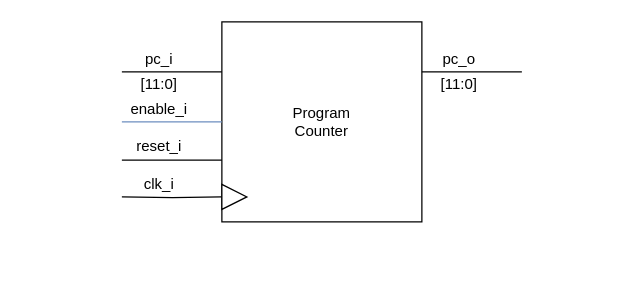
Above: Blockbeschreibungen/ProgramCounter_beschreibung.drawio in graefjk/RO2 (draw.io), before the change. Source tidied: cells renumbered, new cells numbered last; positions are measured from the earlier drawing's top-left corner, leaving out a move shared by most shapes. Both pictures are drawn from the tidied source at 125%, with x=0, y=0 at pixel (121, 21).
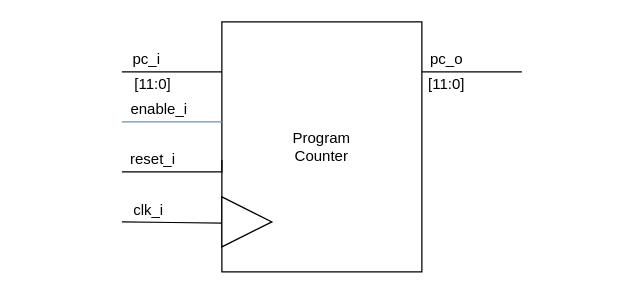
The same page after the edit.

The edit, as a diff of the source:
```diff
@@
     <mxCell id="2" value="Program&lt;br&gt;Counter" style="rounded=0;whiteSpace=wrap;html=1;" parent="1" vertex="1">
-      <mxGeometry x="80" width="160" height="160" as="geometry" />
+      <mxGeometry x="80" width="160" height="200" as="geometry" />
     </mxCell>
@@
     <mxCell id="4" value="pc_i" style="text;html=1;strokeColor=none;fillColor=none;align=center;verticalAlign=middle;whiteSpace=wrap;rounded=0;" parent="1" vertex="1">
-      <mxGeometry y="20" width="60" height="20" as="geometry" />
+      <mxGeometry y="20" width="40" height="20" as="geometry" />
     </mxCell>
     <mxCell id="5" value="[11:0]" style="text;html=1;strokeColor=none;fillColor=none;align=center;verticalAlign=middle;whiteSpace=wrap;rounded=0;" parent="1" vertex="1">
-      <mxGeometry y="40" width="60" height="20" as="geometry" />
+      <mxGeometry y="40" width="50" height="20" as="geometry" />
     </mxCell>
@@
     <mxCell id="7" value="pc_o" style="text;html=1;strokeColor=none;fillColor=none;align=center;verticalAlign=middle;whiteSpace=wrap;rounded=0;" parent="1" vertex="1">
-      <mxGeometry x="240" y="20" width="60" height="20" as="geometry" />
+      <mxGeometry x="240" y="20" width="40" height="20" as="geometry" />
     </mxCell>
     <mxCell id="8" value="[11:0]" style="text;html=1;strokeColor=none;fillColor=none;align=center;verticalAlign=middle;whiteSpace=wrap;rounded=0;" parent="1" vertex="1">
-      <mxGeometry x="240" y="40" width="60" height="20" as="geometry" />
+      <mxGeometry x="240" y="40" width="40" height="20" as="geometry" />
     </mxCell>
     <mxCell id="9" style="edgeStyle=orthogonalEdgeStyle;rounded=0;orthogonalLoop=1;jettySize=auto;html=1;endArrow=none;endFill=0;" parent="1" edge="1">
       <mxGeometry relative="1" as="geometry">
-        <mxPoint y="110" as="sourcePoint" />
+        <mxPoint y="120" as="sourcePoint" />
         <mxPoint x="80" y="110.5" as="targetPoint" />
         <Array as="points">
-          <mxPoint x="80" y="110" />
+          <mxPoint x="80" y="120" />
         </Array>
       </mxGeometry>
     </mxCell>
@@
-    <mxCell id="11" style="edgeStyle=orthogonalEdgeStyle;rounded=0;jettySize=auto;html=1;endArrow=none;endFill=0;" parent="1" edge="1" target="15">
+    <mxCell id="11" style="edgeStyle=orthogonalEdgeStyle;rounded=0;orthogonalLoop=1;jettySize=auto;html=1;endArrow=none;endFill=0;" parent="1" edge="1">
       <mxGeometry relative="1" as="geometry">
-        <mxPoint y="140" as="sourcePoint" />
+        <mxPoint y="160" as="sourcePoint" />
+        <mxPoint x="80" y="140" as="targetPoint" />
       </mxGeometry>
     </mxCell>
-    <mxCell id="12" value="clk_i" style="text;html=1;strokeColor=none;fillColor=none;align=center;verticalAlign=middle;whiteSpace=wrap;rounded=0;" parent="1" vertex="1">
-      <mxGeometry y="120" width="60" height="20" as="geometry" />
+    <mxCell id="12" value="&lt;span style=&quot;font-size: 12px;&quot;&gt;clk_i&lt;/span&gt;" style="edgeLabel;html=1;align=center;verticalAlign=middle;labelBackgroundColor=none;" parent="11" vertex="1">
+      <mxGeometry x="-0.58" y="-1" relative="1" as="geometry">
+        <mxPoint x="-0.9" y="-11" as="offset" />
+      </mxGeometry>
     </mxCell>
@@
     <mxCell id="14" value="reset_i" style="text;html=1;strokeColor=none;fillColor=none;align=center;verticalAlign=middle;whiteSpace=wrap;rounded=0;" parent="1" vertex="1">
-      <mxGeometry y="90" width="60" height="20" as="geometry" />
+      <mxGeometry y="100" width="50" height="20" as="geometry" />
     </mxCell>
-    <mxCell id="15" style="triangle;whiteSpace=wrap;html=1;" parent="1" vertex="1">
-      <mxGeometry x="80" y="130" width="20" height="20" as="geometry" />
-    </mxCell>
+    <mxCell id="16" style="rounded=0;whiteSpace=wrap;html=1;fillColor=none;strokeColor=none;" parent="1" vertex="1">
+      <mxGeometry x="-80" width="480" height="40" as="geometry" />
+    </mxCell>
+    <mxCell id="17" style="triangle;whiteSpace=wrap;html=1;" parent="1" vertex="1">
+      <mxGeometry x="80" y="140" width="40" height="40" as="geometry" />
+    </mxCell>
```
